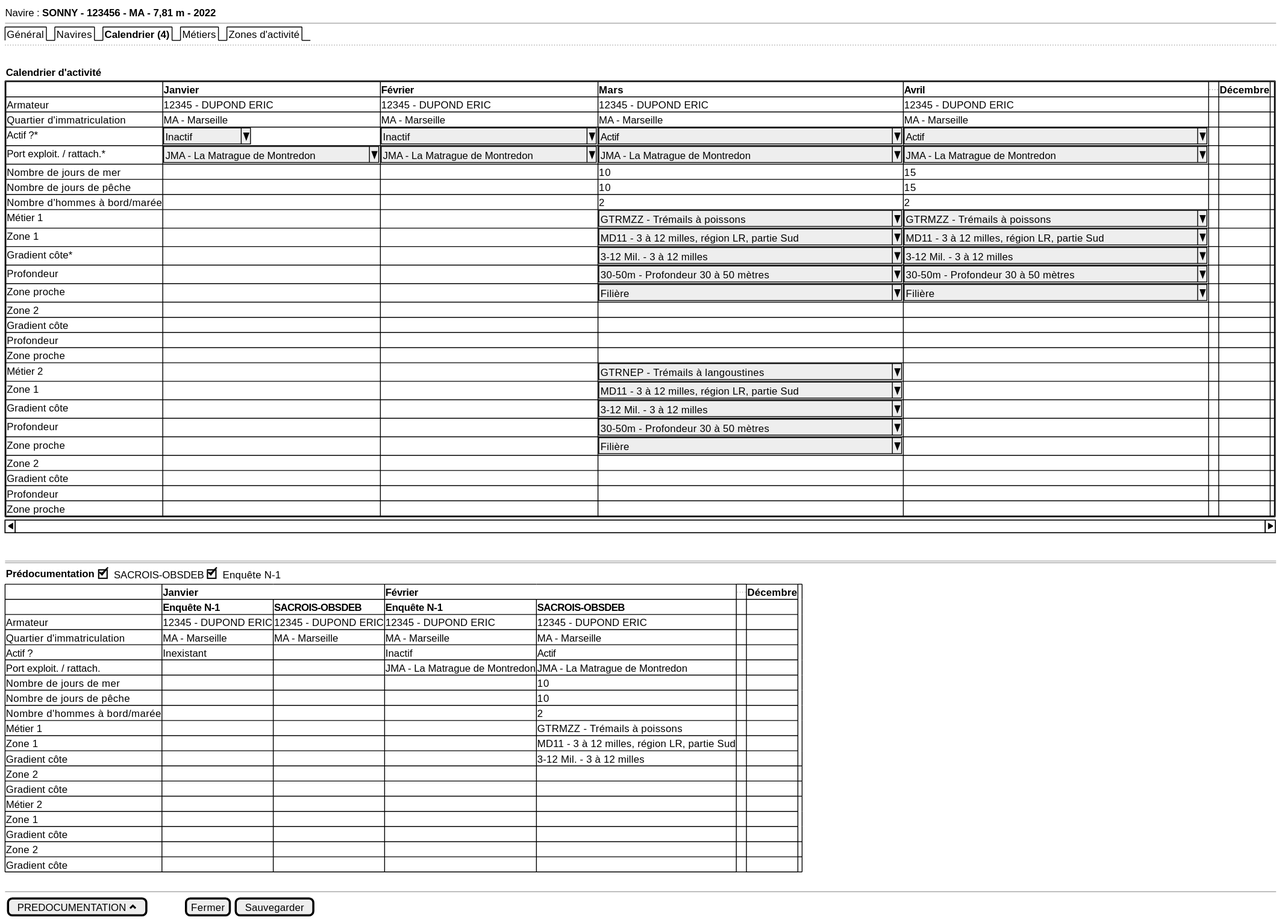
The PlantUML diagram projects/activity-calendar/spe/images/activity-calendar-new.svg in sumaris-net/sumaris-doc, before a commit.
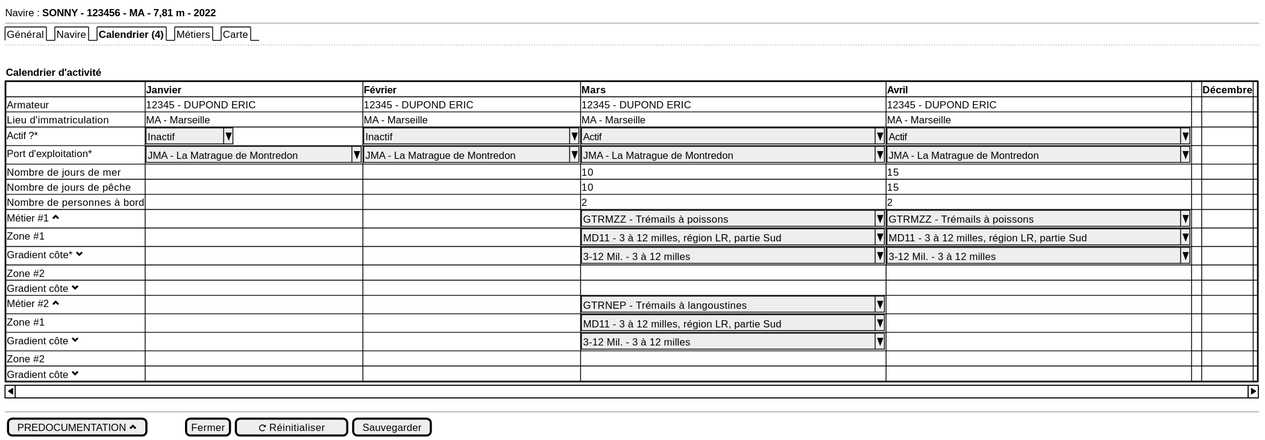
Later version of the same file.

Diff of the diagram source:
```diff
@@ -2,7 +2,7 @@
 {
   Navire : <b>SONNY - 123456 - MA - 7,81 m - 2022
   --
-  {/ Général | Navires | <b>Calendrier (4) | Métiers | Zones d'activité}
+  {/ Général | Navire | <b>Calendrier (4) | Métiers | Carte}
   ..
   .
 
@@ -12,58 +12,25 @@
 	{#
      . | <b>Janvier | <b>Février | <b>Mars | <b>Avril| ... | <b>Décembre
      Armateur | 12345 - DUPOND ERIC | 12345 - DUPOND ERIC | 12345 - DUPOND ERIC | 12345 - DUPOND ERIC | . | . | .
-     Quartier d'immatriculation | MA - Marseille | MA - Marseille | MA - Marseille | MA - Marseille | . | . | .
+     Lieu d'immatriculation | MA - Marseille | MA - Marseille | MA - Marseille | MA - Marseille | . | . | .
      Actif ?* | ^Inactif    ^| ^Inactif                       ^| ^Actif                                      ^ | ^Actif                                      ^| . | . | .
-     Port exploit. / rattach.* | ^JMA - La Matrague de Montredon^ | ^JMA - La Matrague de Montredon^ | ^JMA - La Matrague de Montredon             ^ | ^JMA - La Matrague de Montredon             ^| . | . | .
+     Port d'exploitation* | ^JMA - La Matrague de Montredon^ | ^JMA - La Matrague de Montredon^ | ^JMA - La Matrague de Montredon             ^ | ^JMA - La Matrague de Montredon             ^| . | . | .
      Nombre de jours de mer | . | . | 10 | 15 | . | . | .
      Nombre de jours de pêche | . | . | 10 | 15 | . | . | .
-     Nombre d'hommes à bord/marée | . | . | 2 | 2 | . | . | .
-     Métier 1 | . | . | ^GTRMZZ - Trémails à poissons               ^ | ^GTRMZZ - Trémails à poissons               ^ | . | . | .
-     Zone 1 | . | . | ^MD11 - 3 à 12 milles, région LR, partie Sud^| ^MD11 - 3 à 12 milles, région LR, partie Sud^ | . | . | .
-     Gradient côte* | . | . | ^3-12 Mil. - 3 à 12 milles                  ^| ^3-12 Mil. - 3 à 12 milles                  ^ | . | . | .
-     Profondeur | . | . | ^30-50m - Profondeur 30 à 50 mètres         ^ | ^30-50m - Profondeur 30 à 50 mètres         ^ | . | . | .
-     Zone proche | . | . | ^Filière                                    ^ | ^Filière                                    ^ | . | . | .
-     Zone 2 | . | . | . | . | . | .
-     Gradient côte | . | . | . | . | . | . | .
-     Profondeur | . | . | . | . | . | . | .
-     Zone proche | . | . | . | . | . | . | .
-     Métier 2 | . | . | ^GTRNEP - Trémails à langoustines           ^ | . | . | . | .
-     Zone 1 | . | . | ^MD11 - 3 à 12 milles, région LR, partie Sud^|.| . | . | .
-     Gradient côte | . | . | ^3-12 Mil. - 3 à 12 milles                  ^|.| . | . | .
-     Profondeur | . | . | ^30-50m - Profondeur 30 à 50 mètres         ^|.| . | . | .
-     Zone proche | . | . | ^Filière                                    ^|.| . | . | .
-     Zone 2 | . | . | . | . | . | . | .
-     Gradient côte | . | . | . | . | . | . | .
-     Profondeur | . | . | . | . | . | . | .
-     Zone proche | . | . | . | . | . | . | .
+     Nombre de personnes à bord | . | . | 2 | 2 | . | . | .
+     Métier #1 <&chevron-top> | . | . | ^GTRMZZ - Trémails à poissons               ^ | ^GTRMZZ - Trémails à poissons               ^ | . | . | .
+     Zone #1 | . | . | ^MD11 - 3 à 12 milles, région LR, partie Sud^| ^MD11 - 3 à 12 milles, région LR, partie Sud^ | . | . | .
+     Gradient côte* <&chevron-bottom>| . | . | ^3-12 Mil. - 3 à 12 milles                  ^| ^3-12 Mil. - 3 à 12 milles                  ^ | . | . | .
+     Zone #2 | . | . | . | . | . | .
+     Gradient côte <&chevron-bottom>| . | . | . | . | . | . | .
+     Métier #2 <&chevron-top>| . | . | ^GTRNEP - Trémails à langoustines           ^ | . | . | . | .
+     Zone #1 | . | . | ^MD11 - 3 à 12 milles, région LR, partie Sud^|.| . | . | .
+     Gradient côte <&chevron-bottom>| . | . | ^3-12 Mil. - 3 à 12 milles                  ^|.| . | . | .
+     Zone #2 | . | . | . | . | . | . | .
+     Gradient côte <&chevron-bottom>| . | . | . | . | . | . | .
     }
     }
-    .
-    ==
-  {<b>Prédocumentation</b> {[X]SACROIS-OBSDEB | [X]Enquête N-1 }}
-  	{#
-     . | <b>Janvier | * | <b>Février | * | ... | <b>Décembre
-     . | <b>Enquête N-1 | <b>SACROIS-OBSDEB | <b>Enquête N-1 | <b>SACROIS-OBSDEB | . | .
-     Armateur | 12345 - DUPOND ERIC | 12345 - DUPOND ERIC | 12345 - DUPOND ERIC | 12345 - DUPOND ERIC | . | .
-     Quartier d'immatriculation | MA - Marseille | MA - Marseille | MA - Marseille | MA - Marseille | . | .
-     Actif ? | Inexistant | . | Inactif | Actif | . | .
-     Port exploit. / rattach. | . | . | JMA - La Matrague de Montredon | JMA - La Matrague de Montredon | . | .
-     Nombre de jours de mer | . | . | . | 10 | . | .
-     Nombre de jours de pêche | . | . | . | 10 | . | .
-     Nombre d'hommes à bord/marée | . | . | . | 2 | . | .
-     Métier 1 | . | . | .| GTRMZZ - Trémails à poissons | . | .
-     Zone 1 | . | . | .| MD11 - 3 à 12 milles, région LR, partie Sud | . | .
-     Gradient côte | . | . | .| 3-12 Mil. - 3 à 12 milles | . | .
-     Zone 2 | . | . | . | . | . | . | .
-     Gradient côte | . | . | . | . | . | . | .
-     Métier 2 | . | . | . | . | . | .
-     Zone 1 | . | . | . | . | . | .
-     Gradient côte | . | . | . | . | . | .
-     Zone 2 | . | . | . | . | . | . | .
-     Gradient côte | . | . | . | . | . | . | .
-     }
-     .
   --
-  { [PREDOCUMENTATION <&chevron-top> ] | . | . | . | . | . | . | . | . | [Fermer] | [Sauvegarder] }
+  { [PREDOCUMENTATION <&chevron-top> ] | . | . | . | . | . | . | . | . | [Fermer] | [<&reload> Réinitialiser] | [Sauvegarder] }
 }
 @endsalt
```
